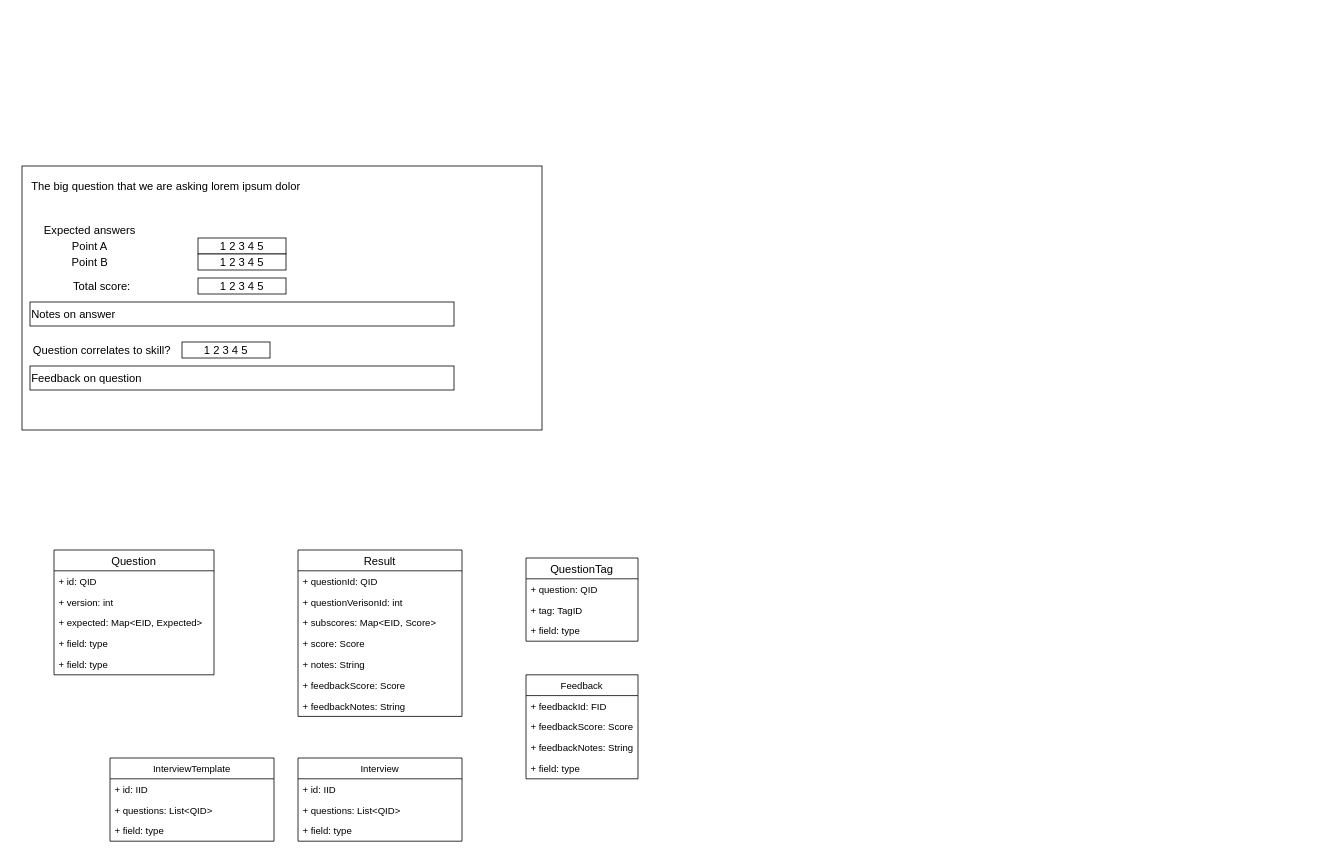
The draw.io diagram documentation/Interview Assist Sketch.drawio in Calambor/InterviewAssist, before the edit. Source tidied: cells renumbered, new cells numbered last; positions are measured from the earlier drawing's top-left corner, leaving out a move shared by most shapes. Both pictures are drawn from the tidied source at 80%, with x=0, y=0 at pixel (14, 166).
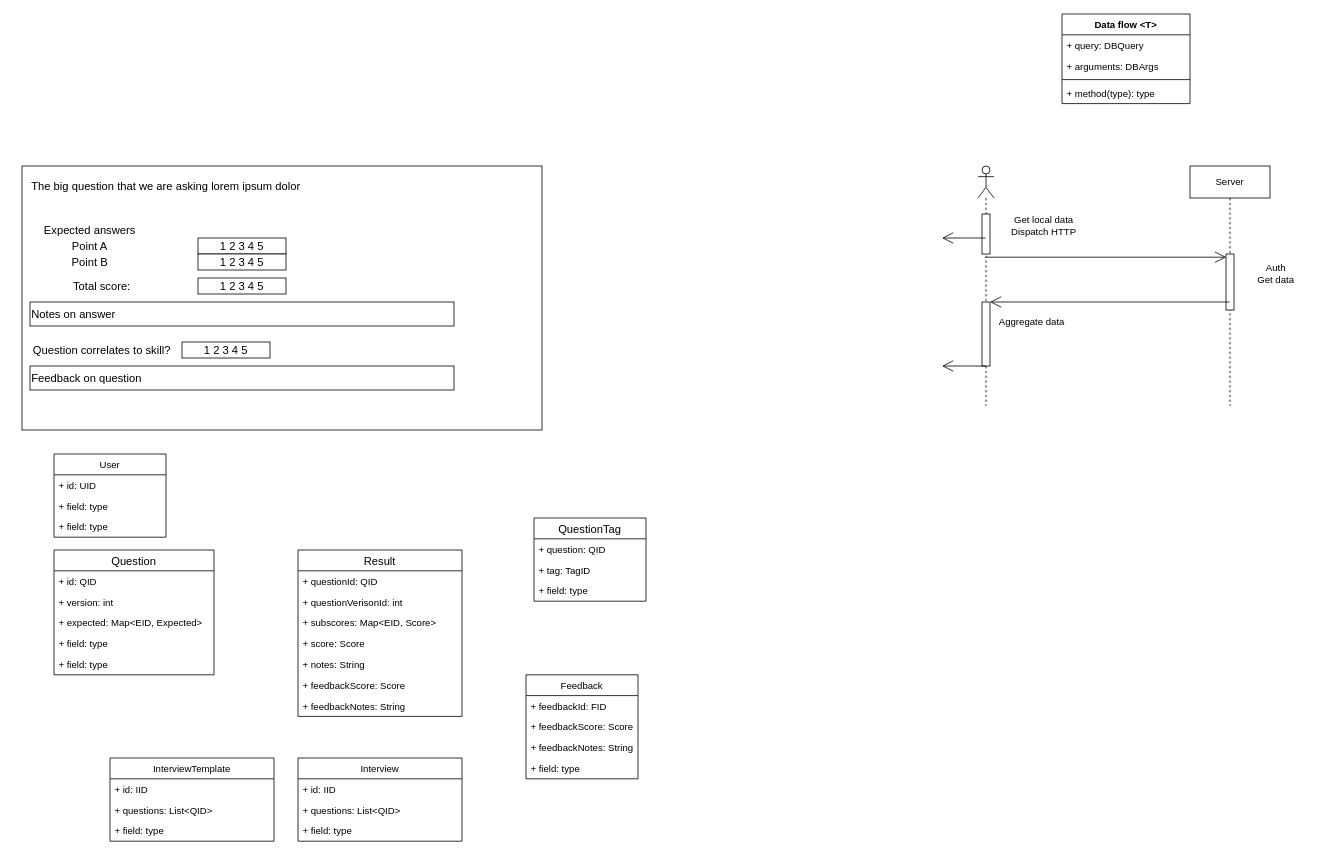
The same diagram, later.

Change to the diagram source:
```diff
@@
     <mxCell id="29" value="QuestionTag" style="swimlane;fontStyle=0;horizontal=1;startSize=26;fillColor=none;fontSize=14;align=center;verticalAlign=middle;" parent="1" vertex="1">
-      <mxGeometry x="640" y="490" width="140" height="104" as="geometry" />
+      <mxGeometry x="650" y="440" width="140" height="104" as="geometry" />
     </mxCell>
@@
+    <mxCell id="46" value="User" style="swimlane;fontStyle=0;horizontal=1;startSize=26;fillColor=none;" parent="1" vertex="1">
+      <mxGeometry x="50" y="360" width="140" height="104" as="geometry" />
+    </mxCell>
+    <mxCell id="47" value="+ id: UID" style="text;strokeColor=none;fillColor=none;align=left;verticalAlign=top;spacingLeft=4;spacingRight=4;overflow=hidden;" parent="46" vertex="1">
+      <mxGeometry y="26" width="140" height="26" as="geometry" />
+    </mxCell>
+    <mxCell id="48" value="+ field: type" style="text;strokeColor=none;fillColor=none;align=left;verticalAlign=top;spacingLeft=4;spacingRight=4;overflow=hidden;" parent="46" vertex="1">
+      <mxGeometry y="52" width="140" height="26" as="geometry" />
+    </mxCell>
+    <mxCell id="49" value="+ field: type" style="text;strokeColor=none;fillColor=none;align=left;verticalAlign=top;spacingLeft=4;spacingRight=4;overflow=hidden;" parent="46" vertex="1">
+      <mxGeometry y="78" width="140" height="26" as="geometry" />
+    </mxCell>
+    <mxCell id="50" style="shape=umlLifeline;participant=umlActor;perimeter=lifelinePerimeter;whiteSpace=wrap;html=1;verticalAlign=top;spacingTop=36;outlineConnect=0;" parent="1" vertex="1">
+      <mxGeometry x="1205" width="20" height="300" as="geometry" />
+    </mxCell>
+    <mxCell id="51" value="Server" style="shape=umlLifeline;perimeter=lifelinePerimeter;whiteSpace=wrap;html=1;outlineConnect=0;" parent="1" vertex="1">
+      <mxGeometry x="1470" width="100" height="300" as="geometry" />
+    </mxCell>
+    <mxCell id="52" style="html=1;perimeter=orthogonalPerimeter;" parent="1" vertex="1">
+      <mxGeometry x="1210" y="60" width="10" height="50" as="geometry" />
+    </mxCell>
+    <mxCell id="53" style="html=1;points=[];perimeter=orthogonalPerimeter;" parent="1" vertex="1">
+      <mxGeometry x="1515" y="110" width="10" height="70" as="geometry" />
+    </mxCell>
+    <mxCell id="54" value="Get local data&lt;br&gt;Dispatch HTTP" style="text;html=1;strokeColor=none;fillColor=none;align=center;verticalAlign=middle;whiteSpace=wrap;rounded=0;" parent="1" vertex="1">
+      <mxGeometry x="1225" y="60" width="125" height="30" as="geometry" />
+    </mxCell>
+    <mxCell id="55" style="endArrow=open;endFill=1;endSize=12;html=1;entryX=0.033;entryY=0.057;entryDx=0;entryDy=0;entryPerimeter=0;" parent="1" edge="1" source="50" target="53">
+      <mxGeometry relative="1" as="geometry" />
+    </mxCell>
+    <mxCell id="56" value="Auth&lt;br&gt;Get data" style="text;html=1;strokeColor=none;fillColor=none;align=center;verticalAlign=middle;whiteSpace=wrap;rounded=0;" parent="1" vertex="1">
+      <mxGeometry x="1515" y="120" width="125" height="30" as="geometry" />
+    </mxCell>
+    <mxCell id="57" style="html=1;points=[];perimeter=orthogonalPerimeter;" parent="1" vertex="1">
+      <mxGeometry x="1210" y="170" width="10" height="80" as="geometry" />
+    </mxCell>
+    <mxCell id="58" style="endArrow=open;endFill=1;endSize=12;html=1;" parent="1" edge="1" source="51" target="57">
+      <mxGeometry relative="1" as="geometry" />
+    </mxCell>
+    <mxCell id="59" value="Aggregate data&lt;br&gt;" style="text;html=1;strokeColor=none;fillColor=none;align=center;verticalAlign=middle;whiteSpace=wrap;rounded=0;" parent="1" vertex="1">
+      <mxGeometry x="1210" y="180" width="125" height="30" as="geometry" />
+    </mxCell>
+    <mxCell id="60" value="Data flow &lt;T&gt;" style="swimlane;fontStyle=1;align=center;verticalAlign=top;horizontal=1;startSize=26;" parent="1" vertex="1">
+      <mxGeometry x="1310" y="-190" width="160" height="112" as="geometry" />
+    </mxCell>
+    <mxCell id="61" value="+ query: DBQuery" style="text;strokeColor=none;fillColor=none;align=left;verticalAlign=top;spacingLeft=4;spacingRight=4;overflow=hidden;" parent="60" vertex="1">
+      <mxGeometry y="26" width="160" height="26" as="geometry" />
+    </mxCell>
+    <mxCell id="62" value="+ arguments: DBArgs" style="text;strokeColor=none;fillColor=none;align=left;verticalAlign=top;spacingLeft=4;spacingRight=4;overflow=hidden;" parent="60" vertex="1">
+      <mxGeometry y="52" width="160" height="26" as="geometry" />
+    </mxCell>
+    <mxCell id="63" style="line;strokeWidth=1;fillColor=none;align=left;verticalAlign=middle;spacingTop=-1;spacingLeft=3;spacingRight=3;labelPosition=right;" parent="60" vertex="1">
+      <mxGeometry y="78" width="160" height="8" as="geometry" />
+    </mxCell>
+    <mxCell id="64" value="+ method(type): type" style="text;strokeColor=none;fillColor=none;align=left;verticalAlign=top;spacingLeft=4;spacingRight=4;overflow=hidden;" parent="60" vertex="1">
+      <mxGeometry y="86" width="160" height="26" as="geometry" />
+    </mxCell>
+    <mxCell id="65" style="endArrow=open;endFill=1;endSize=12;html=1;" parent="1" edge="1" source="50">
+      <mxGeometry relative="1" as="geometry">
+        <mxPoint x="1160" y="90" as="targetPoint" />
+      </mxGeometry>
+    </mxCell>
+    <mxCell id="66" style="endArrow=open;endFill=1;endSize=12;html=1;" parent="1" edge="1" source="50">
+      <mxGeometry relative="1" as="geometry">
+        <mxPoint x="1160" y="250" as="targetPoint" />
+      </mxGeometry>
+    </mxCell>
```
